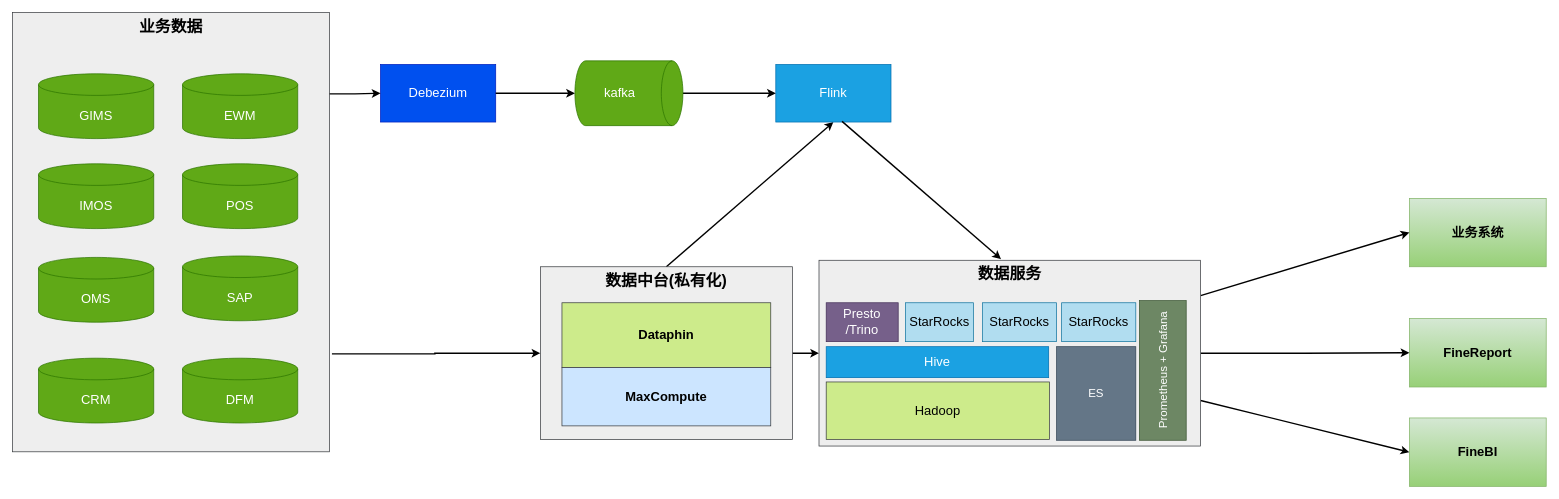
This is page "第 2 页" (2 of 3) of bsd.drawio from starzy1990/diagrams, a draw.io file, before an edit. Source tidied: cells renumbered, new cells numbered last; positions are measured from the earlier drawing's top-left corner, leaving out a move shared by most shapes. Both pictures are drawn from the tidied source at 72%, with x=0, y=0 at pixel (12, 12).
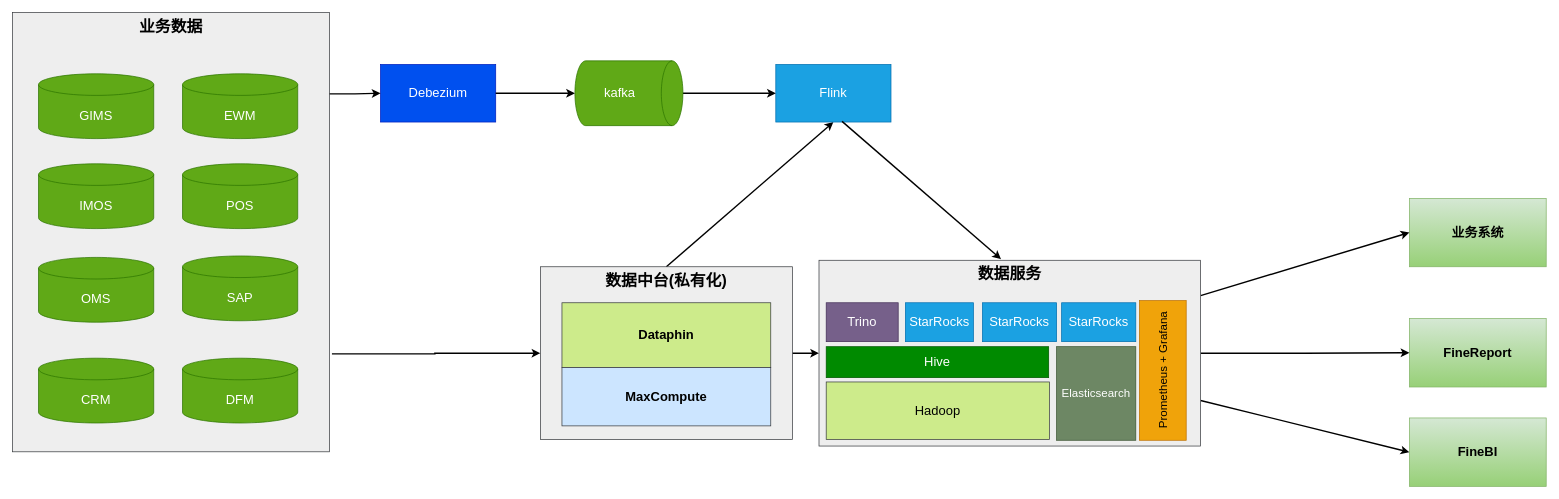
After the change.

Change to the diagram source:
```diff
@@
-    <mxCell id="31" value="StarRocks" style="rounded=0;whiteSpace=wrap;html=1;fillColor=#b1ddf0;strokeColor=#10739e;fontSize=18;" parent="1" vertex="1">
+    <mxCell id="31" value="StarRocks" style="rounded=0;whiteSpace=wrap;html=1;fillColor=#1ba1e2;strokeColor=#006EAF;fontSize=18;fontColor=#ffffff;" parent="1" vertex="1">
       <mxGeometry x="1347" y="403" width="103" height="54" as="geometry" />
     </mxCell>
@@
-    <mxCell id="33" value="StarRocks" style="rounded=0;whiteSpace=wrap;html=1;fillColor=#b1ddf0;strokeColor=#10739e;fontSize=18;" parent="1" vertex="1">
+    <mxCell id="33" value="StarRocks" style="rounded=0;whiteSpace=wrap;html=1;fillColor=#1ba1e2;strokeColor=#006EAF;fontSize=18;fontColor=#ffffff;" parent="1" vertex="1">
       <mxGeometry x="1240" y="403" width="94.5" height="54" as="geometry" />
     </mxCell>
-    <mxCell id="34" value="Hive" style="rounded=0;whiteSpace=wrap;html=1;fillColor=#1ba1e2;fontColor=#ffffff;strokeColor=#006EAF;fontSize=18;" parent="1" vertex="1">
+    <mxCell id="34" value="Hive" style="rounded=0;whiteSpace=wrap;html=1;fillColor=#008a00;fontColor=#ffffff;strokeColor=#005700;fontSize=18;" parent="1" vertex="1">
       <mxGeometry x="1130" y="464" width="309" height="43" as="geometry" />
     </mxCell>
-    <mxCell id="35" value="ES" style="rounded=0;whiteSpace=wrap;html=1;strokeColor=#314354;align=center;verticalAlign=middle;fontFamily=Helvetica;fontSize=16;fontColor=#ffffff;fillColor=#647687;" parent="1" vertex="1">
+    <mxCell id="35" value="Elasticsearch" style="rounded=0;whiteSpace=wrap;html=1;strokeColor=#3A5431;align=center;verticalAlign=middle;fontFamily=Helvetica;fontSize=16;fontColor=#ffffff;fillColor=#6d8764;" parent="1" vertex="1">
       <mxGeometry x="1450" y="464" width="110" height="130" as="geometry" />
     </mxCell>
-    <mxCell id="36" value="StarRocks" style="rounded=0;whiteSpace=wrap;html=1;fillColor=#b1ddf0;strokeColor=#10739e;fontSize=18;" parent="1" vertex="1">
+    <mxCell id="36" value="StarRocks" style="rounded=0;whiteSpace=wrap;html=1;fillColor=#1ba1e2;strokeColor=#006EAF;fontSize=18;fontColor=#ffffff;" parent="1" vertex="1">
       <mxGeometry x="1457" y="403" width="103" height="54" as="geometry" />
     </mxCell>
-    <mxCell id="37" value="Prometheus +&amp;nbsp;Grafana" style="rounded=0;whiteSpace=wrap;html=1;strokeColor=#3A5431;align=center;verticalAlign=middle;fontFamily=Helvetica;fontSize=16;fontColor=#ffffff;fillColor=#6d8764;horizontal=0;" parent="1" vertex="1">
+    <mxCell id="37" value="Prometheus +&amp;nbsp;Grafana" style="rounded=0;whiteSpace=wrap;html=1;strokeColor=#BD7000;align=center;verticalAlign=middle;fontFamily=Helvetica;fontSize=16;fontColor=#000000;fillColor=#f0a30a;horizontal=0;" parent="1" vertex="1">
       <mxGeometry x="1565" y="400" width="65" height="194" as="geometry" />
     </mxCell>
-    <mxCell id="38" value="Presto&lt;br&gt;/Trino" style="rounded=0;whiteSpace=wrap;html=1;fillColor=#76608a;strokeColor=#432D57;fontSize=18;fontColor=#ffffff;" parent="1" vertex="1">
+    <mxCell id="38" value="Trino" style="rounded=0;whiteSpace=wrap;html=1;fillColor=#76608a;strokeColor=#432D57;fontSize=18;fontColor=#ffffff;" parent="1" vertex="1">
       <mxGeometry x="1130" y="403" width="100" height="54" as="geometry" />
     </mxCell>
```
